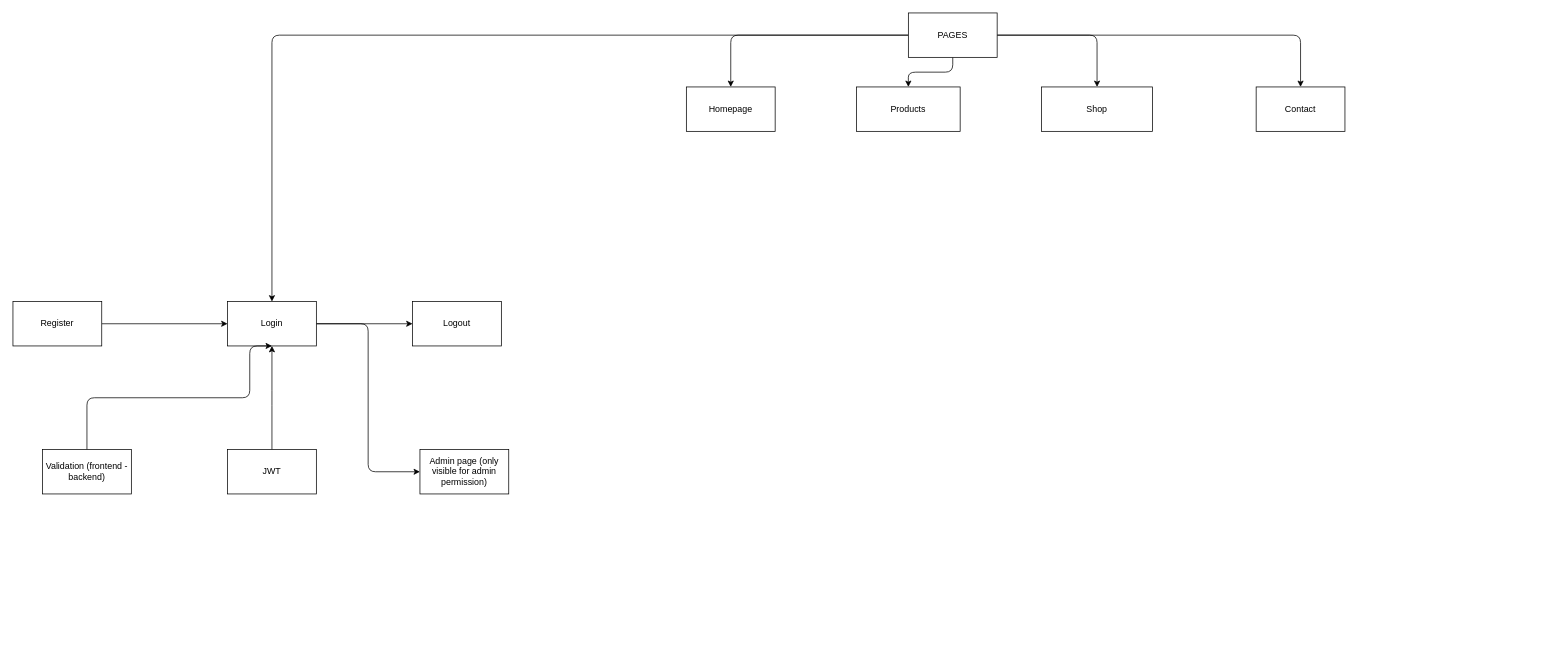
Sandrew94/Ecommerce-TD keeps this draw.io diagram as Untitled Diagram.drawio. Above is the earlier version. Source tidied: cells renumbered, new cells numbered last; positions are measured from the earlier drawing's top-left corner, leaving out a move shared by most shapes. Both pictures are drawn from the tidied source at 74%, with x=0, y=0 at pixel (13, 13).
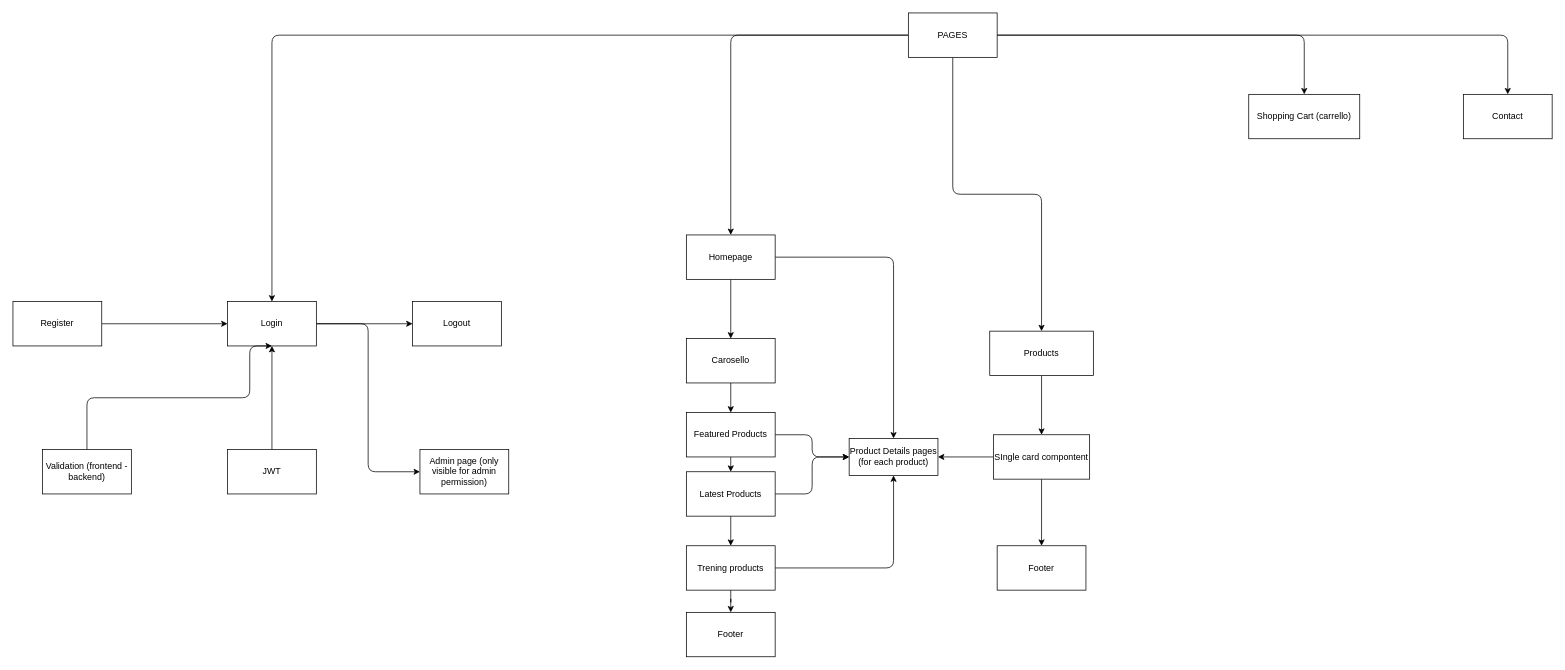
The same diagram, later.

The edit, as a diff of the source:
```diff
@@
+    <mxCell id="23" style="edgeStyle=orthogonalEdgeStyle;curved=0;rounded=1;sketch=0;jettySize=auto;html=1;exitX=0.5;exitY=1;exitDx=0;exitDy=0;entryX=0.5;entryY=0;entryDx=0;entryDy=0;" parent="1" edge="1" source="2" target="27">
+      <mxGeometry relative="1" as="geometry" />
+    </mxCell>
+    <mxCell id="24" style="edgeStyle=orthogonalEdgeStyle;curved=0;rounded=1;sketch=0;jettySize=auto;html=1;" parent="1" edge="1" source="2" target="42">
+      <mxGeometry relative="1" as="geometry" />
+    </mxCell>
     <mxCell id="2" value="Homepage" style="rounded=0;whiteSpace=wrap;html=1;" parent="1" vertex="1">
-      <mxGeometry x="910" y="100" width="120" height="60" as="geometry" />
+      <mxGeometry x="910" y="300" width="120" height="60" as="geometry" />
     </mxCell>
@@
+    <mxCell id="25" style="edgeStyle=orthogonalEdgeStyle;curved=0;rounded=1;sketch=0;jettySize=auto;html=1;exitX=0.5;exitY=1;exitDx=0;exitDy=0;entryX=0.5;entryY=0;entryDx=0;entryDy=0;" parent="1" edge="1" source="9" target="40">
+      <mxGeometry relative="1" as="geometry" />
+    </mxCell>
     <mxCell id="9" value="Products" style="rounded=0;whiteSpace=wrap;html=1;" parent="1" vertex="1">
-      <mxGeometry x="1140" y="100" width="140" height="60" as="geometry" />
+      <mxGeometry x="1320" y="430" width="140" height="60" as="geometry" />
     </mxCell>
-    <mxCell id="10" value="Shop" style="rounded=0;whiteSpace=wrap;html=1;" parent="1" vertex="1">
-      <mxGeometry x="1390" y="100" width="150" height="60" as="geometry" />
+    <mxCell id="10" value="Shopping Cart (carrello)" style="rounded=0;whiteSpace=wrap;html=1;" parent="1" vertex="1">
+      <mxGeometry x="1670" y="110" width="150" height="60" as="geometry" />
     </mxCell>
     <mxCell id="11" value="Contact" style="rounded=0;whiteSpace=wrap;html=1;" parent="1" vertex="1">
-      <mxGeometry x="1680" y="100" width="120" height="60" as="geometry" />
+      <mxGeometry x="1960" y="110" width="120" height="60" as="geometry" />
     </mxCell>
@@
+    <mxCell id="26" style="edgeStyle=orthogonalEdgeStyle;curved=0;rounded=1;sketch=0;jettySize=auto;html=1;exitX=0.5;exitY=1;exitDx=0;exitDy=0;entryX=0.5;entryY=0;entryDx=0;entryDy=0;" parent="1" edge="1" source="27" target="30">
+      <mxGeometry relative="1" as="geometry" />
+    </mxCell>
+    <mxCell id="27" value="Carosello" style="rounded=0;whiteSpace=wrap;html=1;sketch=0;" parent="1" vertex="1">
+      <mxGeometry x="910" y="440" width="120" height="60" as="geometry" />
+    </mxCell>
+    <mxCell id="28" style="edgeStyle=orthogonalEdgeStyle;curved=0;rounded=1;sketch=0;jettySize=auto;html=1;exitX=0.5;exitY=1;exitDx=0;exitDy=0;entryX=0.5;entryY=0;entryDx=0;entryDy=0;" parent="1" edge="1" source="30" target="33">
+      <mxGeometry relative="1" as="geometry" />
+    </mxCell>
+    <mxCell id="29" style="edgeStyle=orthogonalEdgeStyle;curved=0;rounded=1;sketch=0;jettySize=auto;html=1;entryX=0;entryY=0.5;entryDx=0;entryDy=0;" parent="1" edge="1" source="30" target="42">
+      <mxGeometry relative="1" as="geometry" />
+    </mxCell>
+    <mxCell id="30" value="Featured Products" style="rounded=0;whiteSpace=wrap;html=1;sketch=0;" parent="1" vertex="1">
+      <mxGeometry x="910" y="540" width="120" height="60" as="geometry" />
+    </mxCell>
+    <mxCell id="31" style="edgeStyle=orthogonalEdgeStyle;curved=0;rounded=1;sketch=0;jettySize=auto;html=1;" parent="1" edge="1" source="33" target="37">
+      <mxGeometry relative="1" as="geometry" />
+    </mxCell>
+    <mxCell id="32" style="edgeStyle=orthogonalEdgeStyle;curved=0;rounded=1;sketch=0;jettySize=auto;html=1;entryX=0;entryY=0.5;entryDx=0;entryDy=0;" parent="1" edge="1" source="33" target="42">
+      <mxGeometry relative="1" as="geometry" />
+    </mxCell>
+    <mxCell id="33" value="Latest Products" style="rounded=0;whiteSpace=wrap;html=1;sketch=0;" parent="1" vertex="1">
+      <mxGeometry x="910" y="620" width="120" height="60" as="geometry" />
+    </mxCell>
+    <mxCell id="34" value="Footer" style="rounded=0;whiteSpace=wrap;html=1;sketch=0;" parent="1" vertex="1">
+      <mxGeometry x="910" y="810" width="120" height="60" as="geometry" />
+    </mxCell>
+    <mxCell id="35" style="edgeStyle=orthogonalEdgeStyle;curved=0;rounded=1;sketch=0;jettySize=auto;html=1;" parent="1" edge="1" source="37" target="34">
+      <mxGeometry relative="1" as="geometry" />
+    </mxCell>
+    <mxCell id="36" style="edgeStyle=orthogonalEdgeStyle;curved=0;rounded=1;sketch=0;jettySize=auto;html=1;entryX=0.5;entryY=1;entryDx=0;entryDy=0;" parent="1" edge="1" source="37" target="42">
+      <mxGeometry relative="1" as="geometry" />
+    </mxCell>
+    <mxCell id="37" value="Trening products" style="rounded=0;whiteSpace=wrap;html=1;sketch=0;" parent="1" vertex="1">
+      <mxGeometry x="910" y="720" width="120" height="60" as="geometry" />
+    </mxCell>
+    <mxCell id="38" style="edgeStyle=orthogonalEdgeStyle;curved=0;rounded=1;sketch=0;jettySize=auto;html=1;exitX=0.5;exitY=1;exitDx=0;exitDy=0;entryX=0.5;entryY=0;entryDx=0;entryDy=0;" parent="1" edge="1" source="40" target="41">
+      <mxGeometry relative="1" as="geometry" />
+    </mxCell>
+    <mxCell id="39" style="edgeStyle=orthogonalEdgeStyle;curved=0;rounded=1;sketch=0;jettySize=auto;html=1;" parent="1" edge="1" source="40" target="42">
+      <mxGeometry relative="1" as="geometry" />
+    </mxCell>
+    <mxCell id="40" value="SIngle card compontent" style="rounded=0;whiteSpace=wrap;html=1;sketch=0;" parent="1" vertex="1">
+      <mxGeometry x="1325" y="570" width="130" height="60" as="geometry" />
+    </mxCell>
+    <mxCell id="41" value="Footer" style="rounded=0;whiteSpace=wrap;html=1;sketch=0;" parent="1" vertex="1">
+      <mxGeometry x="1330" y="720" width="120" height="60" as="geometry" />
+    </mxCell>
+    <mxCell id="42" value="Product Details pages (for each product)" style="rounded=0;whiteSpace=wrap;html=1;sketch=0;" parent="1" vertex="1">
+      <mxGeometry x="1130" y="575" width="120" height="50" as="geometry" />
+    </mxCell>
```
